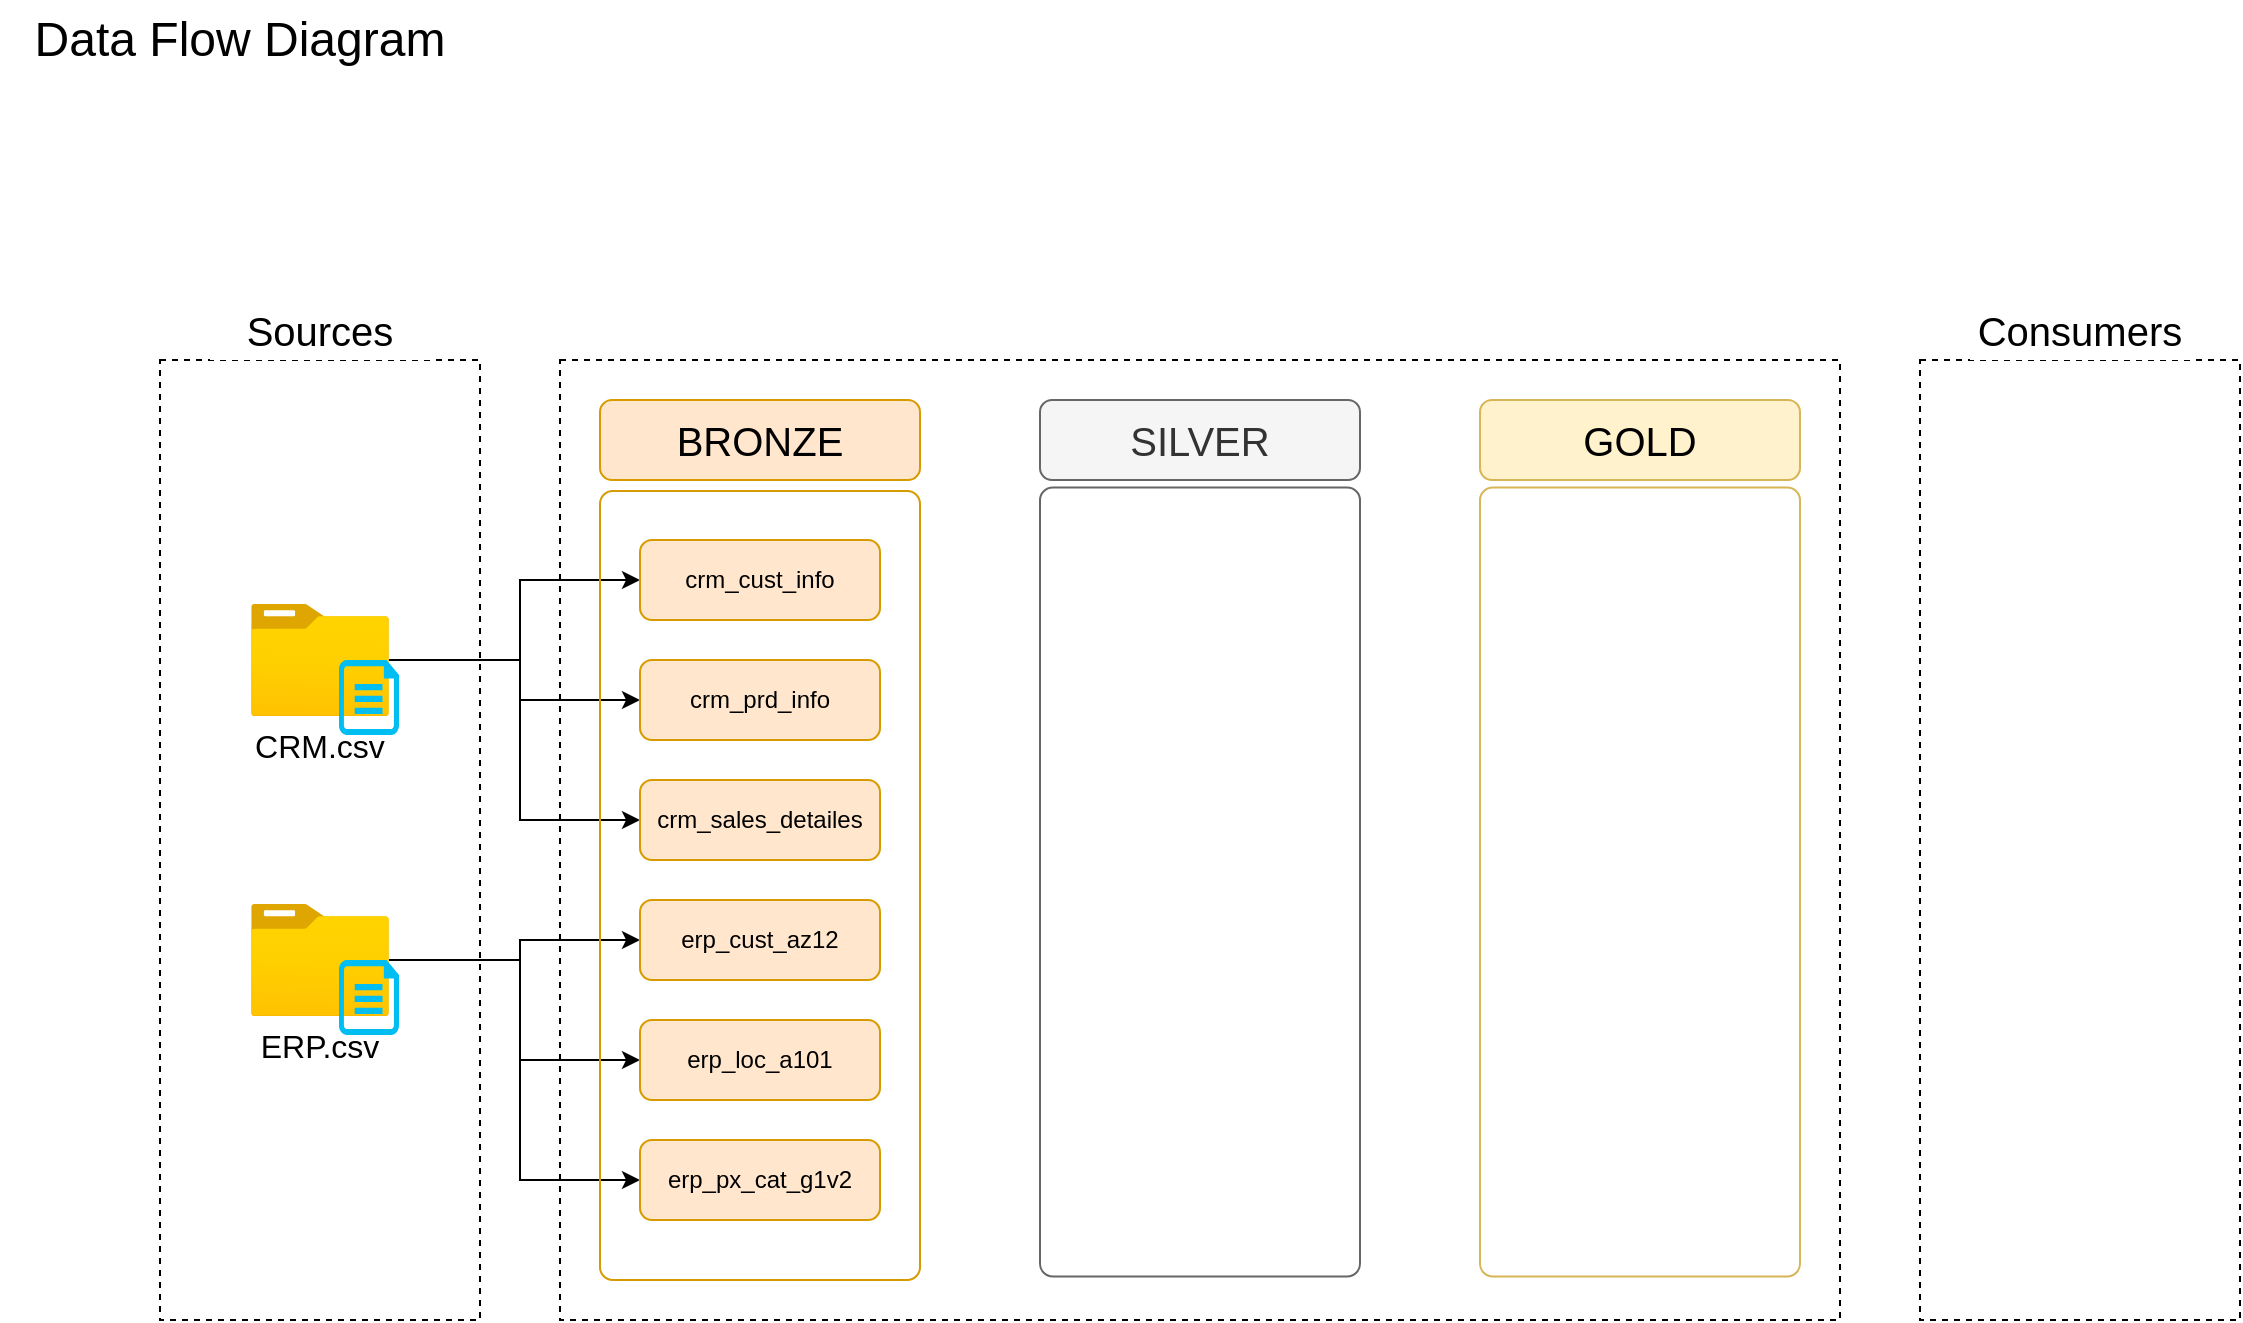
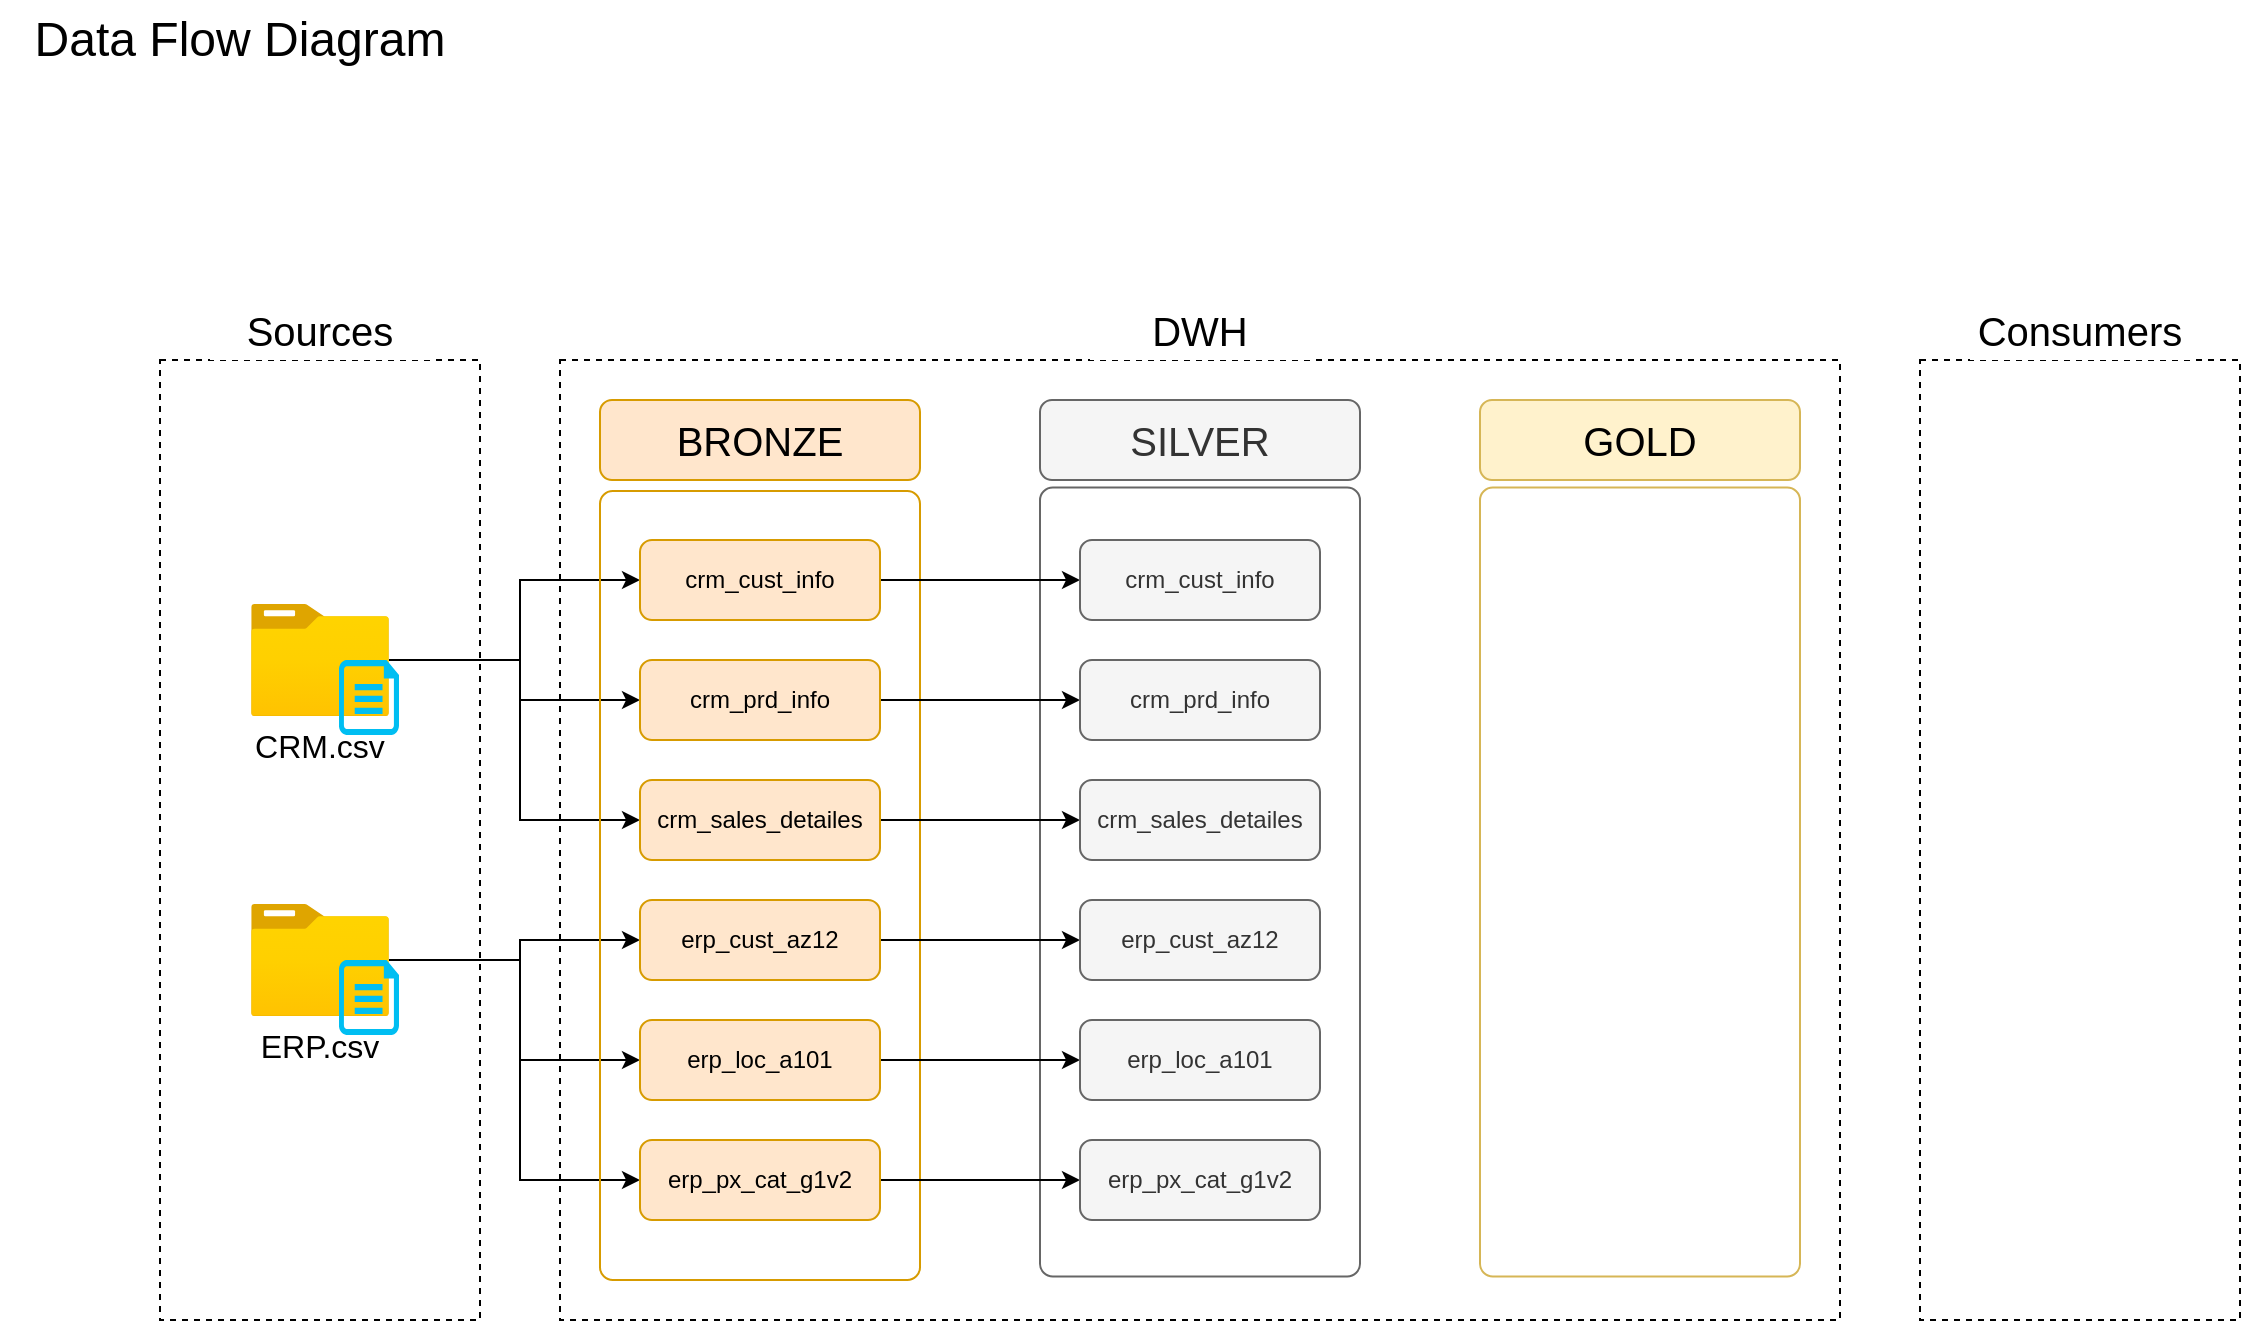
<mxfile host="app.diagrams.net">
  <diagram name="Page-1" id="tOWEYmhNLLuAIJqzEaz2">
    <mxGraphModel dx="1938" dy="1797" grid="1" gridSize="10" guides="1" tooltips="1" connect="1" arrows="1" fold="1" page="1" pageScale="1" pageWidth="850" pageHeight="1100" math="0" shadow="0">
      <root>
        <mxCell id="0" />
        <mxCell id="1" parent="0" />
        <mxCell id="3eZ_81WN-lEHg5rxAXVz-1" parent="1" style="rounded=0;whiteSpace=wrap;html=1;fillColor=default;strokeColor=none;" value="&lt;font style=&quot;font-size: 24px;&quot;&gt;Data Flow Diagram&lt;/font&gt;" vertex="1">
          <mxGeometry height="40" width="240" x="-240" y="-20" as="geometry" />
        </mxCell>
        <mxCell id="3eZ_81WN-lEHg5rxAXVz-2" parent="1" style="rounded=0;whiteSpace=wrap;html=1;fillColor=none;dashed=1;" value="" vertex="1">
          <mxGeometry height="480" width="160" x="-160" y="160" as="geometry" />
        </mxCell>
        <mxCell id="3eZ_81WN-lEHg5rxAXVz-3" parent="1" style="rounded=0;whiteSpace=wrap;html=1;fillColor=default;strokeColor=none;" value="&lt;font style=&quot;font-size: 20px;&quot;&gt;Sources&lt;/font&gt;" vertex="1">
          <mxGeometry height="30" width="110" x="-135" y="130" as="geometry" />
        </mxCell>
        <mxCell id="3eZ_81WN-lEHg5rxAXVz-33" edge="1" parent="1" source="3eZ_81WN-lEHg5rxAXVz-4" style="edgeStyle=orthogonalEdgeStyle;rounded=0;orthogonalLoop=1;jettySize=auto;html=1;" target="3eZ_81WN-lEHg5rxAXVz-28">
          <mxGeometry relative="1" as="geometry">
            <Array as="points">
              <mxPoint x="20" y="310" />
              <mxPoint x="20" y="330" />
            </Array>
          </mxGeometry>
        </mxCell>
        <mxCell id="3eZ_81WN-lEHg5rxAXVz-34" edge="1" parent="1" source="3eZ_81WN-lEHg5rxAXVz-4" style="edgeStyle=orthogonalEdgeStyle;rounded=0;orthogonalLoop=1;jettySize=auto;html=1;" target="3eZ_81WN-lEHg5rxAXVz-23">
          <mxGeometry relative="1" as="geometry">
            <Array as="points">
              <mxPoint x="20" y="310" />
              <mxPoint x="20" y="270" />
            </Array>
          </mxGeometry>
        </mxCell>
        <mxCell id="3eZ_81WN-lEHg5rxAXVz-35" edge="1" parent="1" source="3eZ_81WN-lEHg5rxAXVz-4" style="edgeStyle=orthogonalEdgeStyle;rounded=0;orthogonalLoop=1;jettySize=auto;html=1;" target="3eZ_81WN-lEHg5rxAXVz-29">
          <mxGeometry relative="1" as="geometry">
            <Array as="points">
              <mxPoint x="20" y="310" />
              <mxPoint x="20" y="390" />
            </Array>
          </mxGeometry>
        </mxCell>
        <mxCell id="3eZ_81WN-lEHg5rxAXVz-4" parent="1" style="image;aspect=fixed;html=1;points=[];align=center;fontSize=12;image=img/lib/azure2/general/Folder_Blank.svg;" value="" vertex="1">
          <mxGeometry height="56.00000000000001" width="69" x="-114.5" y="282" as="geometry" />
        </mxCell>
        <mxCell id="3eZ_81WN-lEHg5rxAXVz-5" parent="1" style="verticalLabelPosition=bottom;html=1;verticalAlign=top;align=center;strokeColor=none;fillColor=#00BEF2;shape=mxgraph.azure.cloud_services_configuration_file;pointerEvents=1;" value="" vertex="1">
          <mxGeometry height="37.5" width="30" x="-70.5" y="310" as="geometry" />
        </mxCell>
        <mxCell id="3eZ_81WN-lEHg5rxAXVz-6" parent="1" style="rounded=0;whiteSpace=wrap;html=1;fillColor=none;strokeColor=none;" value="&lt;font style=&quot;font-size: 16px;&quot;&gt;CRM.csv&lt;/font&gt;" vertex="1">
          <mxGeometry height="30" width="80" x="-120" y="338" as="geometry" />
        </mxCell>
        <mxCell id="3eZ_81WN-lEHg5rxAXVz-7" parent="1" style="rounded=0;whiteSpace=wrap;html=1;fillColor=none;strokeColor=none;" value="&lt;font style=&quot;font-size: 16px;&quot;&gt;ERP.csv&lt;/font&gt;" vertex="1">
          <mxGeometry height="30" width="80" x="-120" y="488" as="geometry" />
        </mxCell>
        <mxCell id="3eZ_81WN-lEHg5rxAXVz-36" edge="1" parent="1" source="3eZ_81WN-lEHg5rxAXVz-8" style="edgeStyle=orthogonalEdgeStyle;rounded=0;orthogonalLoop=1;jettySize=auto;html=1;" target="3eZ_81WN-lEHg5rxAXVz-30">
          <mxGeometry relative="1" as="geometry">
            <Array as="points">
              <mxPoint x="20" y="460" />
              <mxPoint x="20" y="450" />
            </Array>
          </mxGeometry>
        </mxCell>
        <mxCell id="3eZ_81WN-lEHg5rxAXVz-37" edge="1" parent="1" source="3eZ_81WN-lEHg5rxAXVz-8" style="edgeStyle=orthogonalEdgeStyle;rounded=0;orthogonalLoop=1;jettySize=auto;html=1;" target="3eZ_81WN-lEHg5rxAXVz-31">
          <mxGeometry relative="1" as="geometry">
            <Array as="points">
              <mxPoint x="20" y="460" />
              <mxPoint x="20" y="510" />
            </Array>
          </mxGeometry>
        </mxCell>
        <mxCell id="3eZ_81WN-lEHg5rxAXVz-38" edge="1" parent="1" source="3eZ_81WN-lEHg5rxAXVz-8" style="edgeStyle=orthogonalEdgeStyle;rounded=0;orthogonalLoop=1;jettySize=auto;html=1;" target="3eZ_81WN-lEHg5rxAXVz-32">
          <mxGeometry relative="1" as="geometry">
            <Array as="points">
              <mxPoint x="20" y="460" />
              <mxPoint x="20" y="570" />
            </Array>
          </mxGeometry>
        </mxCell>
        <mxCell id="3eZ_81WN-lEHg5rxAXVz-8" parent="1" style="image;aspect=fixed;html=1;points=[];align=center;fontSize=12;image=img/lib/azure2/general/Folder_Blank.svg;" value="" vertex="1">
          <mxGeometry height="56.00000000000001" width="69" x="-114.5" y="432" as="geometry" />
        </mxCell>
        <mxCell id="3eZ_81WN-lEHg5rxAXVz-9" parent="1" style="verticalLabelPosition=bottom;html=1;verticalAlign=top;align=center;strokeColor=none;fillColor=#00BEF2;shape=mxgraph.azure.cloud_services_configuration_file;pointerEvents=1;" value="" vertex="1">
          <mxGeometry height="37.5" width="30" x="-70.5" y="460" as="geometry" />
        </mxCell>
        <mxCell id="3eZ_81WN-lEHg5rxAXVz-10" parent="1" style="rounded=0;whiteSpace=wrap;html=1;fillColor=none;dashed=1;" value="" vertex="1">
          <mxGeometry height="480" width="640" x="40" y="160" as="geometry" />
        </mxCell>
        <mxCell id="3eZ_81WN-lEHg5rxAXVz-11" parent="1" style="rounded=1;whiteSpace=wrap;html=1;fillColor=#ffe6cc;strokeColor=#d79b00;" value="&lt;font style=&quot;font-size: 20px;&quot;&gt;BRONZE&lt;/font&gt;" vertex="1">
          <mxGeometry height="40" width="160" x="60" y="180" as="geometry" />
        </mxCell>
        <mxCell id="3eZ_81WN-lEHg5rxAXVz-14" parent="1" style="rounded=1;whiteSpace=wrap;html=1;fillColor=none;strokeColor=#d79b00;arcSize=4;" value="" vertex="1">
          <mxGeometry height="394.5" width="160" x="60" y="225.5" as="geometry" />
        </mxCell>
        <mxCell id="3eZ_81WN-lEHg5rxAXVz-19" parent="1" style="rounded=1;whiteSpace=wrap;html=1;fillColor=none;strokeColor=#d6b656;arcSize=4;" value="" vertex="1">
          <mxGeometry height="394.5" width="160" x="500" y="223.75" as="geometry" />
        </mxCell>
        <mxCell id="3eZ_81WN-lEHg5rxAXVz-20" parent="1" style="rounded=1;whiteSpace=wrap;html=1;fillColor=none;strokeColor=#666666;arcSize=4;fontColor=#333333;" value="" vertex="1">
          <mxGeometry height="394.5" width="160" x="280" y="223.75" as="geometry" />
        </mxCell>
        <mxCell id="3eZ_81WN-lEHg5rxAXVz-21" parent="1" style="rounded=1;whiteSpace=wrap;html=1;fillColor=#f5f5f5;strokeColor=#666666;fontColor=#333333;" value="&lt;font style=&quot;font-size: 20px;&quot;&gt;SILVER&lt;/font&gt;" vertex="1">
          <mxGeometry height="40" width="160" x="280" y="180" as="geometry" />
        </mxCell>
        <mxCell id="3eZ_81WN-lEHg5rxAXVz-22" parent="1" style="rounded=1;whiteSpace=wrap;html=1;fillColor=#fff2cc;strokeColor=#d6b656;" value="&lt;font style=&quot;font-size: 20px;&quot;&gt;GOLD&lt;/font&gt;" vertex="1">
          <mxGeometry height="40" width="160" x="500" y="180" as="geometry" />
        </mxCell>
+         <mxCell id="jrG_jdaRrPS0RR4E7XOG-7" edge="1" parent="1" source="3eZ_81WN-lEHg5rxAXVz-23" style="edgeStyle=orthogonalEdgeStyle;rounded=0;orthogonalLoop=1;jettySize=auto;html=1;entryX=0;entryY=0.5;entryDx=0;entryDy=0;" target="jrG_jdaRrPS0RR4E7XOG-1">
+           <mxGeometry relative="1" as="geometry" />
+         </mxCell>
        <mxCell id="3eZ_81WN-lEHg5rxAXVz-23" parent="1" style="rounded=1;whiteSpace=wrap;html=1;fillColor=#ffe6cc;strokeColor=#d79b00;" value="&lt;font&gt;crm_cust_info&lt;/font&gt;" vertex="1">
          <mxGeometry height="40" width="120" x="80" y="250" as="geometry" />
+         </mxCell>
+         <mxCell id="jrG_jdaRrPS0RR4E7XOG-8" edge="1" parent="1" source="3eZ_81WN-lEHg5rxAXVz-28" style="edgeStyle=orthogonalEdgeStyle;rounded=0;orthogonalLoop=1;jettySize=auto;html=1;entryX=0;entryY=0.5;entryDx=0;entryDy=0;" target="jrG_jdaRrPS0RR4E7XOG-2">
+           <mxGeometry relative="1" as="geometry" />
        </mxCell>
        <mxCell id="3eZ_81WN-lEHg5rxAXVz-28" parent="1" style="rounded=1;whiteSpace=wrap;html=1;fillColor=#ffe6cc;strokeColor=#d79b00;" value="&lt;font&gt;crm_prd_info&lt;/font&gt;" vertex="1">
          <mxGeometry height="40" width="120" x="80" y="310" as="geometry" />
        </mxCell>
+         <mxCell id="jrG_jdaRrPS0RR4E7XOG-9" edge="1" parent="1" source="3eZ_81WN-lEHg5rxAXVz-29" style="edgeStyle=orthogonalEdgeStyle;rounded=0;orthogonalLoop=1;jettySize=auto;html=1;entryX=0;entryY=0.5;entryDx=0;entryDy=0;" target="jrG_jdaRrPS0RR4E7XOG-3">
+           <mxGeometry relative="1" as="geometry" />
+         </mxCell>
        <mxCell id="3eZ_81WN-lEHg5rxAXVz-29" parent="1" style="rounded=1;whiteSpace=wrap;html=1;fillColor=#ffe6cc;strokeColor=#d79b00;" value="&lt;font&gt;crm_sales_detailes&lt;/font&gt;" vertex="1">
          <mxGeometry height="40" width="120" x="80" y="370" as="geometry" />
+         </mxCell>
+         <mxCell id="jrG_jdaRrPS0RR4E7XOG-10" edge="1" parent="1" source="3eZ_81WN-lEHg5rxAXVz-30" style="edgeStyle=orthogonalEdgeStyle;rounded=0;orthogonalLoop=1;jettySize=auto;html=1;entryX=0;entryY=0.5;entryDx=0;entryDy=0;" target="jrG_jdaRrPS0RR4E7XOG-4">
+           <mxGeometry relative="1" as="geometry" />
        </mxCell>
        <mxCell id="3eZ_81WN-lEHg5rxAXVz-30" parent="1" style="rounded=1;whiteSpace=wrap;html=1;fillColor=#ffe6cc;strokeColor=#d79b00;" value="&lt;font&gt;erp_cust_az12&lt;/font&gt;" vertex="1">
          <mxGeometry height="40" width="120" x="80" y="430" as="geometry" />
        </mxCell>
+         <mxCell id="jrG_jdaRrPS0RR4E7XOG-11" edge="1" parent="1" source="3eZ_81WN-lEHg5rxAXVz-31" style="edgeStyle=orthogonalEdgeStyle;rounded=0;orthogonalLoop=1;jettySize=auto;html=1;entryX=0;entryY=0.5;entryDx=0;entryDy=0;" target="jrG_jdaRrPS0RR4E7XOG-5">
+           <mxGeometry relative="1" as="geometry" />
+         </mxCell>
        <mxCell id="3eZ_81WN-lEHg5rxAXVz-31" parent="1" style="rounded=1;whiteSpace=wrap;html=1;fillColor=#ffe6cc;strokeColor=#d79b00;" value="&lt;font&gt;erp_loc_a101&lt;/font&gt;" vertex="1">
          <mxGeometry height="40" width="120" x="80" y="490" as="geometry" />
+         </mxCell>
+         <mxCell id="jrG_jdaRrPS0RR4E7XOG-12" edge="1" parent="1" source="3eZ_81WN-lEHg5rxAXVz-32" style="edgeStyle=orthogonalEdgeStyle;rounded=0;orthogonalLoop=1;jettySize=auto;html=1;entryX=0;entryY=0.5;entryDx=0;entryDy=0;" target="jrG_jdaRrPS0RR4E7XOG-6">
+           <mxGeometry relative="1" as="geometry" />
        </mxCell>
        <mxCell id="3eZ_81WN-lEHg5rxAXVz-32" parent="1" style="rounded=1;whiteSpace=wrap;html=1;fillColor=#ffe6cc;strokeColor=#d79b00;" value="&lt;font&gt;erp_px_cat_g1v2&lt;/font&gt;" vertex="1">
          <mxGeometry height="40" width="120" x="80" y="550" as="geometry" />
        </mxCell>
        <mxCell id="3eZ_81WN-lEHg5rxAXVz-39" parent="1" style="rounded=0;whiteSpace=wrap;html=1;fillColor=none;dashed=1;" value="" vertex="1">
          <mxGeometry height="480" width="160" x="720" y="160" as="geometry" />
        </mxCell>
        <mxCell id="3eZ_81WN-lEHg5rxAXVz-40" parent="1" style="rounded=0;whiteSpace=wrap;html=1;fillColor=default;strokeColor=none;" value="&lt;font style=&quot;font-size: 20px;&quot;&gt;Consumers&lt;/font&gt;" vertex="1">
          <mxGeometry height="30" width="110" x="745" y="130" as="geometry" />
        </mxCell>
+         <mxCell id="jrG_jdaRrPS0RR4E7XOG-1" parent="1" style="rounded=1;whiteSpace=wrap;html=1;fillColor=#f5f5f5;strokeColor=#666666;fontColor=#333333;" value="&lt;font&gt;crm_cust_info&lt;/font&gt;" vertex="1">
+           <mxGeometry height="40" width="120" x="300" y="250" as="geometry" />
+         </mxCell>
+         <mxCell id="jrG_jdaRrPS0RR4E7XOG-2" parent="1" style="rounded=1;whiteSpace=wrap;html=1;fillColor=#f5f5f5;strokeColor=#666666;fontColor=#333333;" value="&lt;font&gt;crm_prd_info&lt;/font&gt;" vertex="1">
+           <mxGeometry height="40" width="120" x="300" y="310" as="geometry" />
+         </mxCell>
+         <mxCell id="jrG_jdaRrPS0RR4E7XOG-3" parent="1" style="rounded=1;whiteSpace=wrap;html=1;fillColor=#f5f5f5;strokeColor=#666666;fontColor=#333333;" value="&lt;font&gt;crm_sales_detailes&lt;/font&gt;" vertex="1">
+           <mxGeometry height="40" width="120" x="300" y="370" as="geometry" />
+         </mxCell>
+         <mxCell id="jrG_jdaRrPS0RR4E7XOG-4" parent="1" style="rounded=1;whiteSpace=wrap;html=1;fillColor=#f5f5f5;strokeColor=#666666;fontColor=#333333;" value="&lt;font&gt;erp_cust_az12&lt;/font&gt;" vertex="1">
+           <mxGeometry height="40" width="120" x="300" y="430" as="geometry" />
+         </mxCell>
+         <mxCell id="jrG_jdaRrPS0RR4E7XOG-5" parent="1" style="rounded=1;whiteSpace=wrap;html=1;fillColor=#f5f5f5;strokeColor=#666666;fontColor=#333333;" value="&lt;font&gt;erp_loc_a101&lt;/font&gt;" vertex="1">
+           <mxGeometry height="40" width="120" x="300" y="490" as="geometry" />
+         </mxCell>
+         <mxCell id="jrG_jdaRrPS0RR4E7XOG-6" parent="1" style="rounded=1;whiteSpace=wrap;html=1;fillColor=#f5f5f5;strokeColor=#666666;fontColor=#333333;" value="&lt;font&gt;erp_px_cat_g1v2&lt;/font&gt;" vertex="1">
+           <mxGeometry height="40" width="120" x="300" y="550" as="geometry" />
+         </mxCell>
+         <mxCell id="jrG_jdaRrPS0RR4E7XOG-13" parent="1" style="rounded=0;whiteSpace=wrap;html=1;fillColor=default;strokeColor=none;" value="&lt;font style=&quot;font-size: 20px;&quot;&gt;DWH&lt;/font&gt;" vertex="1">
+           <mxGeometry height="30" width="110" x="305" y="130" as="geometry" />
+         </mxCell>
      </root>
    </mxGraphModel>
  </diagram>
</mxfile>
